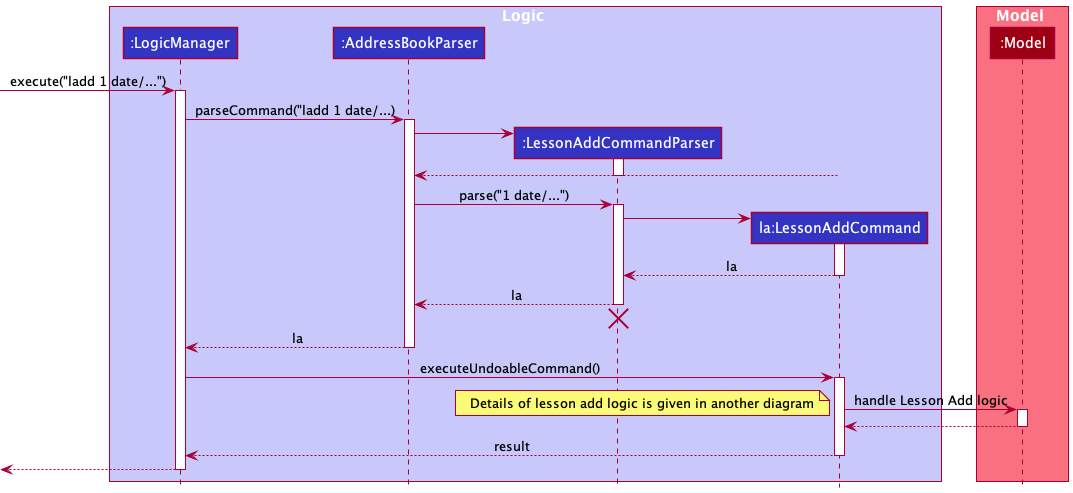
nus-cs2103-AY2122S1/tp keeps this PlantUML diagram as docs/images/LessonAddSequenceDiagram.png. Above is the earlier version.
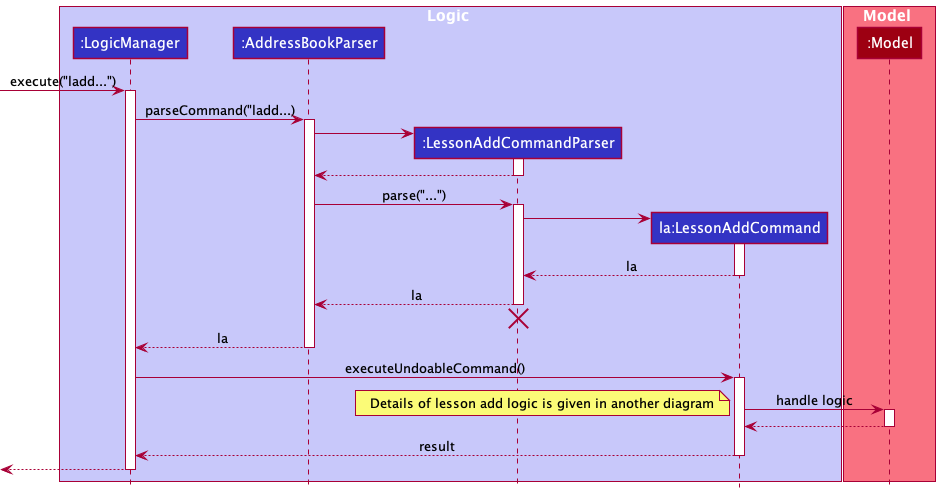
Above is the later version.

Commit message:
Update diagrams for ladd and ledit

What changed in the source:
```diff
@@ -13,20 +13,20 @@
 participant ":Model" as Model MODEL_COLOR
 end box
 
-[-> LogicManager : execute("ladd 1 date/...")
+[-> LogicManager : execute("ladd...")
 activate LogicManager
 
-LogicManager -> AddressBookParser : parseCommand("ladd 1 date/...)
+LogicManager -> AddressBookParser : parseCommand("ladd...)
 activate AddressBookParser
 
 create LessonAddCommandParser
 AddressBookParser -> LessonAddCommandParser
 activate LessonAddCommandParser
 
-LessonAddCommand --> AddressBookParser
+LessonAddCommandParser --> AddressBookParser
 deactivate LessonAddCommandParser
 
-AddressBookParser -> LessonAddCommandParser : parse("1 date/...")
+AddressBookParser -> LessonAddCommandParser : parse("...")
 activate LessonAddCommandParser
 
 create LessonAddCommand
@@ -47,7 +47,7 @@
 LogicManager -> LessonAddCommand : executeUndoableCommand()
 activate LessonAddCommand
 
-LessonAddCommand -> Model : handle Lesson Add logic
+LessonAddCommand -> Model : handle logic
 activate Model
 
 note bottom
```
